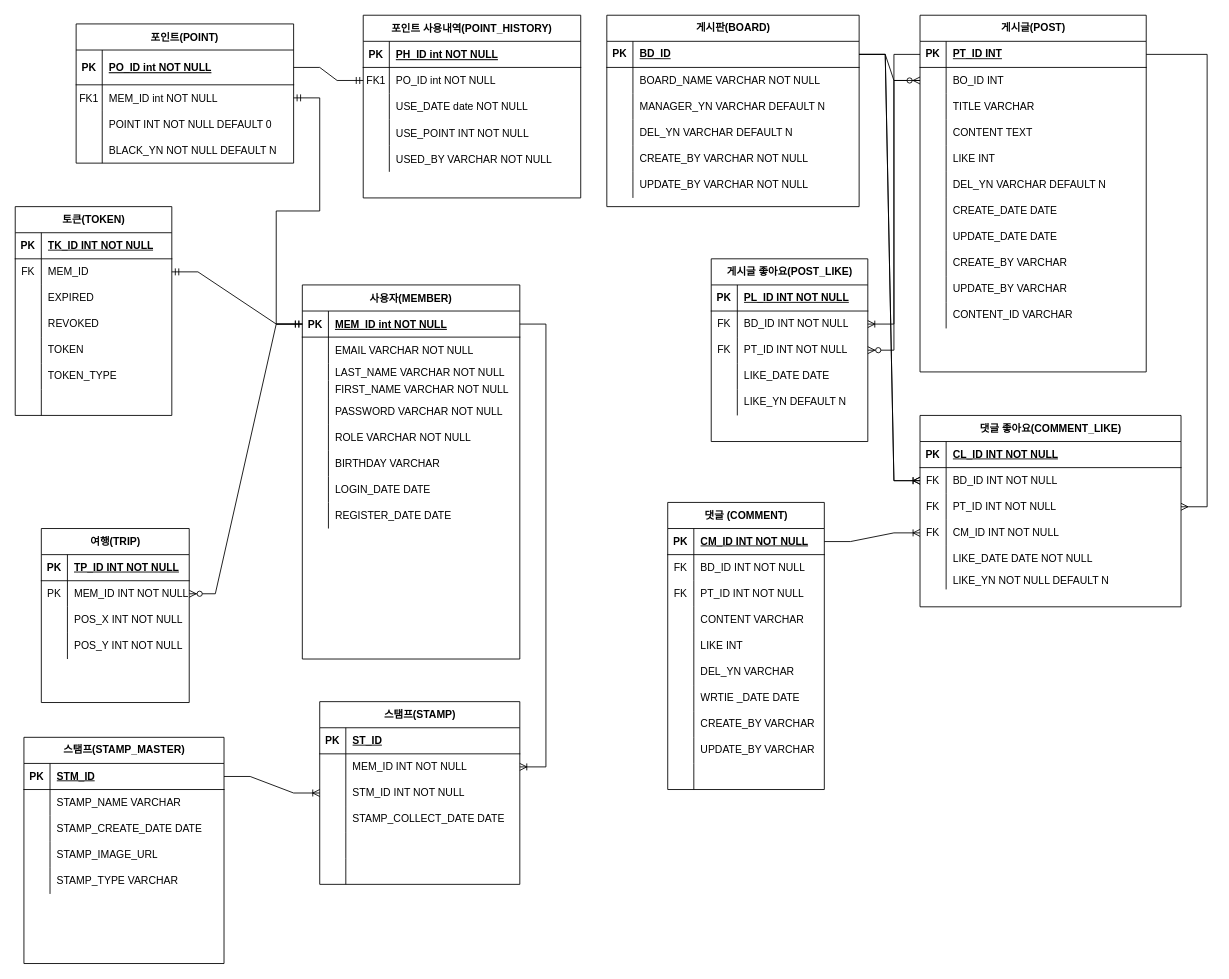
The draw.io diagram docs/나들이_ERD.drawio in DongJu-Na/Nadry, before the edit. Source tidied: cells renumbered, new cells numbered last; positions are measured from the earlier drawing's top-left corner, leaving out a move shared by most shapes. Both pictures are drawn from the tidied source at 87%, with x=0, y=0 at pixel (15, 15).
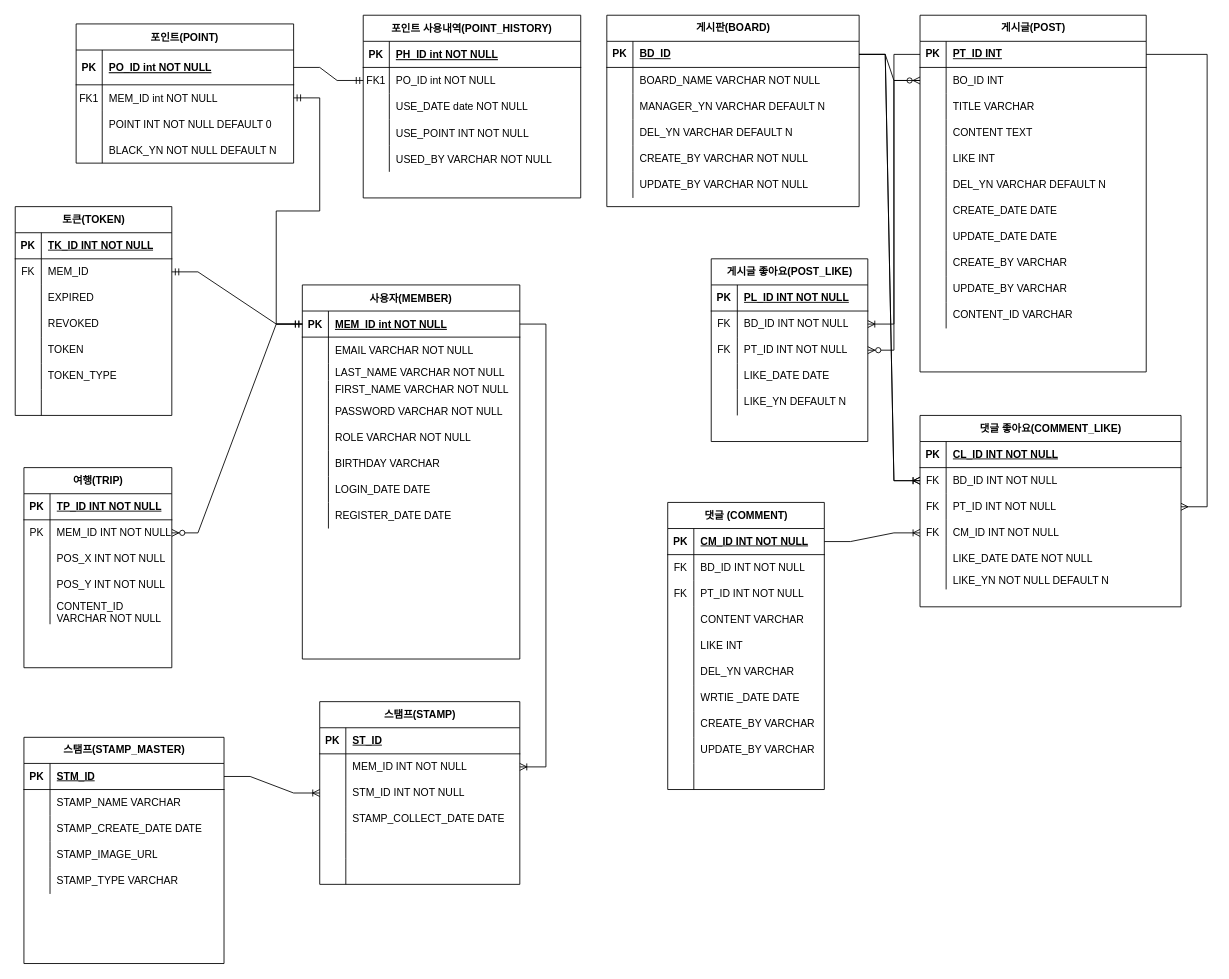
The same page after the edit.

Diff of the diagram source:
```diff
@@
     <mxCell id="210" value="여행(TRIP)" style="shape=table;startSize=30;childLayout=tableLayout;rowLines=0;fontStyle=1;align=center;html=1;" parent="1" vertex="1">
-      <mxGeometry x="30" y="590" width="170" height="200" as="geometry" />
+      <mxGeometry x="10" y="520" width="170" height="230" as="geometry" />
     </mxCell>
@@
+    <mxCell id="261" style="shape=tableRow;horizontal=0;startSize=0;swimlaneHead=0;swimlaneBody=0;fillColor=none;top=0;left=0;right=0;bottom=0;" parent="210" vertex="1">
+      <mxGeometry y="150" width="170" height="30" as="geometry" />
+    </mxCell>
+    <mxCell id="262" style="shape=partialRectangle;fillColor=none;top=0;left=0;bottom=0;right=0;overflow=hidden;whiteSpace=wrap;html=1;" parent="261" vertex="1">
+      <mxGeometry width="30" height="30" as="geometry" />
+    </mxCell>
+    <mxCell id="263" value="CONTENT_ID VARCHAR&amp;nbsp;NOT NULL" style="shape=partialRectangle;fillColor=none;top=0;left=0;bottom=0;right=0;align=left;spacingLeft=6;overflow=hidden;whiteSpace=wrap;html=1;" parent="261" vertex="1">
+      <mxGeometry x="30" width="140" height="30" as="geometry" />
+    </mxCell>
```
